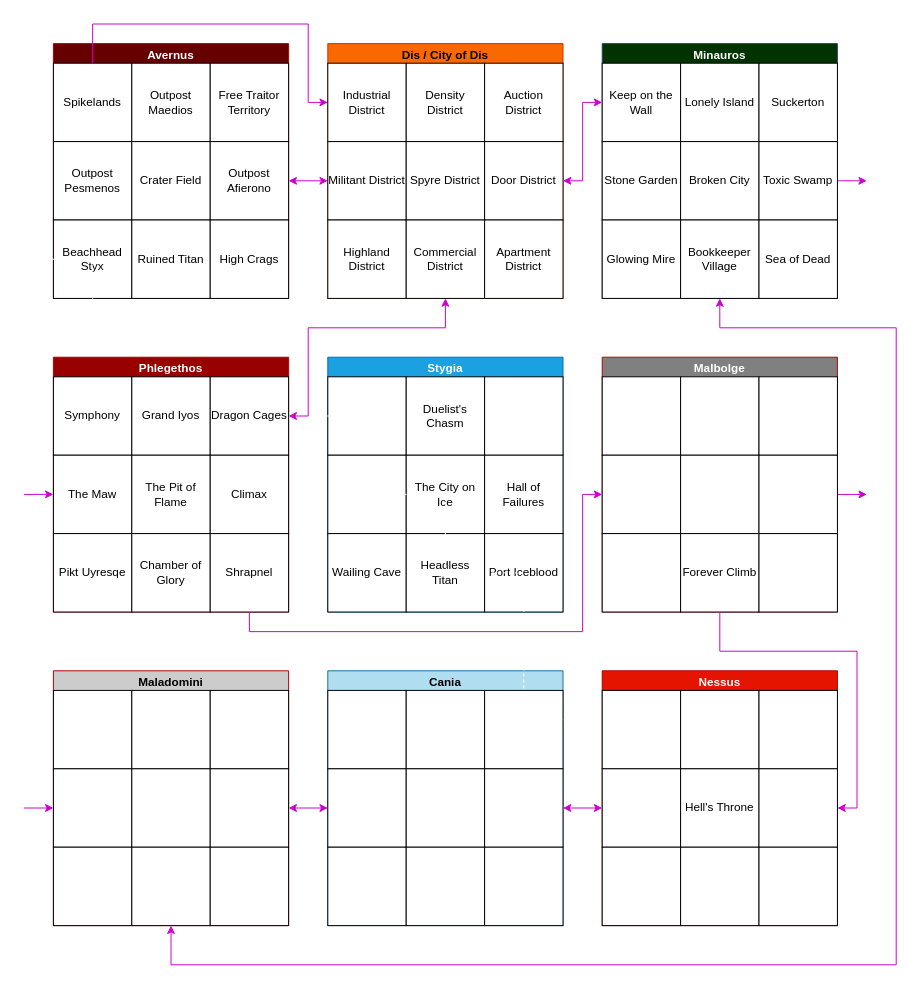
This is MEDIA/SUPP/baatorMap.drawio from craftingcity/The-Known-World, a draw.io file, before an edit. Source tidied: cells renumbered, new cells numbered last; positions are measured from the earlier drawing's top-left corner, leaving out a move shared by most shapes. Both pictures are drawn from the tidied source at 98%, with x=0, y=0 at pixel (24, 24).
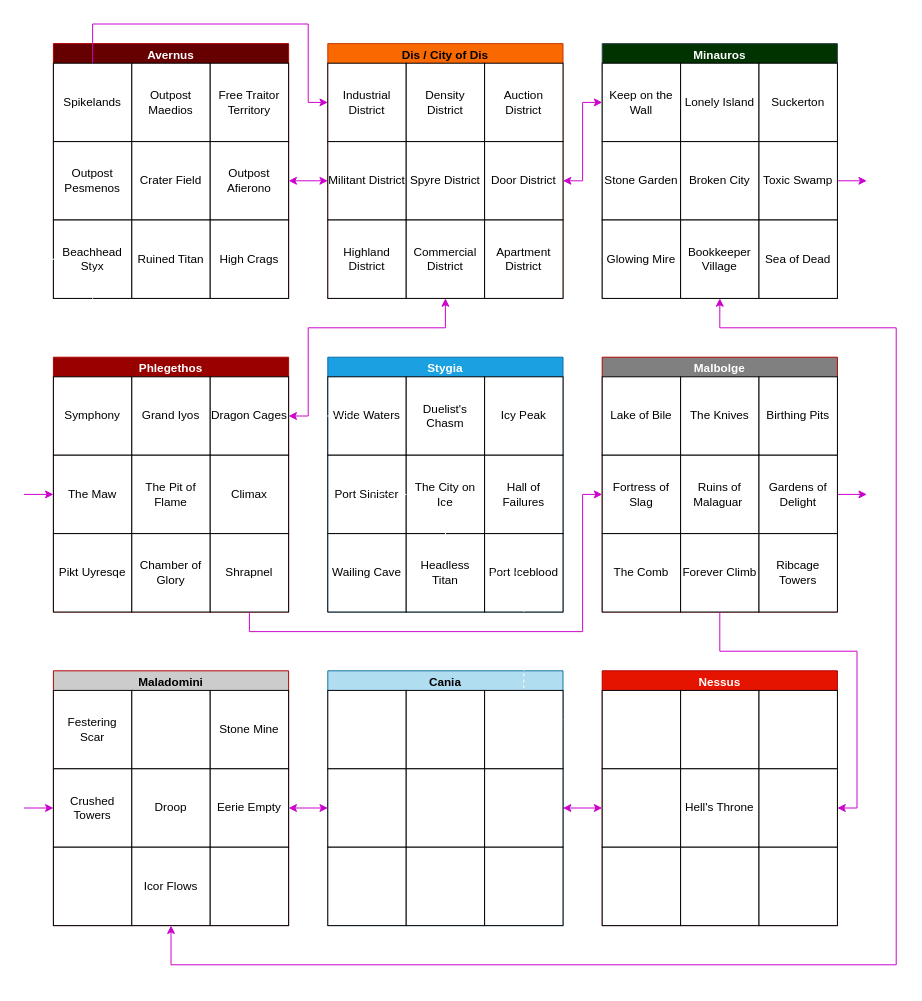
The same diagram, later.

The change refers to these unchanged cells:
```xml
<mxCell id="44" value="Stygia" style="swimlane;whiteSpace=wrap;html=1;fillColor=#1ba1e2;fontColor=#ffffff;strokeColor=#006EAF;" parent="1" vertex="1">
  <mxGeometry x="310" y="340" width="240" height="260" as="geometry" />
</mxCell>
<mxCell id="54" value="Malbolge" style="swimlane;whiteSpace=wrap;html=1;fillColor=#808080;fontColor=#ffffff;strokeColor=#B20000;" parent="1" vertex="1">
  <mxGeometry x="590" y="340" width="240" height="260" as="geometry" />
</mxCell>
<mxCell id="65" value="&lt;font style=&quot;color: rgb(0, 0, 0);&quot;&gt;Maladomini&lt;/font&gt;" style="swimlane;whiteSpace=wrap;html=1;fillColor=#CCCCCC;fontColor=#FFFFFF;strokeColor=#B20000;" parent="1" vertex="1">
  <mxGeometry x="30" y="660" width="240" height="260" as="geometry" />
</mxCell>
```

What changed in the source:
```diff
@@
-    <mxCell id="45" style="whiteSpace=wrap;html=1;" parent="44" vertex="1">
+    <mxCell id="45" value="Wide Waters" style="whiteSpace=wrap;html=1;" parent="44" vertex="1">
       <mxGeometry y="20" width="80" height="80" as="geometry" />
     </mxCell>
@@
-    <mxCell id="47" style="whiteSpace=wrap;html=1;" parent="44" vertex="1">
+    <mxCell id="47" value="Icy Peak" style="whiteSpace=wrap;html=1;" parent="44" vertex="1">
       <mxGeometry x="160" y="20" width="80" height="80" as="geometry" />
     </mxCell>
-    <mxCell id="48" style="whiteSpace=wrap;html=1;" parent="44" vertex="1">
+    <mxCell id="48" value="Port Sinister" style="whiteSpace=wrap;html=1;" parent="44" vertex="1">
       <mxGeometry y="100" width="80" height="80" as="geometry" />
     </mxCell>
@@
-    <mxCell id="55" style="whiteSpace=wrap;html=1;" parent="54" vertex="1">
+    <mxCell id="55" value="Lake of Bile" style="whiteSpace=wrap;html=1;" parent="54" vertex="1">
       <mxGeometry y="20" width="80" height="80" as="geometry" />
     </mxCell>
-    <mxCell id="56" style="whiteSpace=wrap;html=1;" parent="54" vertex="1">
+    <mxCell id="56" value="The Knives" style="whiteSpace=wrap;html=1;" parent="54" vertex="1">
       <mxGeometry x="80" y="20" width="80" height="80" as="geometry" />
     </mxCell>
-    <mxCell id="57" style="whiteSpace=wrap;html=1;" parent="54" vertex="1">
+    <mxCell id="57" value="Birthing Pits" style="whiteSpace=wrap;html=1;" parent="54" vertex="1">
       <mxGeometry x="160" y="20" width="80" height="80" as="geometry" />
     </mxCell>
-    <mxCell id="58" style="whiteSpace=wrap;html=1;" parent="54" vertex="1">
+    <mxCell id="58" value="Fortress of Slag" style="whiteSpace=wrap;html=1;" parent="54" vertex="1">
       <mxGeometry y="100" width="80" height="80" as="geometry" />
     </mxCell>
-    <mxCell id="59" style="whiteSpace=wrap;html=1;" parent="54" vertex="1">
+    <mxCell id="59" value="The Comb" style="whiteSpace=wrap;html=1;" parent="54" vertex="1">
       <mxGeometry y="180" width="80" height="80" as="geometry" />
     </mxCell>
-    <mxCell id="60" style="whiteSpace=wrap;html=1;" parent="54" vertex="1">
+    <mxCell id="60" value="Ruins of Malaguar&lt;span style=&quot;white-space: pre;&quot;&gt;&#9;&lt;/span&gt;" style="whiteSpace=wrap;html=1;" parent="54" vertex="1">
       <mxGeometry x="80" y="100" width="80" height="80" as="geometry" />
     </mxCell>
@@
-    <mxCell id="62" style="whiteSpace=wrap;html=1;" parent="54" vertex="1">
+    <mxCell id="62" value="Gardens of Delight" style="whiteSpace=wrap;html=1;" parent="54" vertex="1">
       <mxGeometry x="160" y="100" width="80" height="80" as="geometry" />
     </mxCell>
@@
-    <mxCell id="64" style="whiteSpace=wrap;html=1;" parent="54" vertex="1">
+    <mxCell id="64" value="Ribcage Towers" style="whiteSpace=wrap;html=1;" parent="54" vertex="1">
       <mxGeometry x="160" y="180" width="80" height="80" as="geometry" />
     </mxCell>
@@
-    <mxCell id="66" style="whiteSpace=wrap;html=1;" parent="65" vertex="1">
+    <mxCell id="66" value="Festering Scar" style="whiteSpace=wrap;html=1;" parent="65" vertex="1">
       <mxGeometry y="20" width="80" height="80" as="geometry" />
     </mxCell>
@@
-    <mxCell id="68" style="whiteSpace=wrap;html=1;" parent="65" vertex="1">
+    <mxCell id="68" value="Stone Mine" style="whiteSpace=wrap;html=1;" parent="65" vertex="1">
       <mxGeometry x="160" y="20" width="80" height="80" as="geometry" />
     </mxCell>
@@
-    <mxCell id="70" style="whiteSpace=wrap;html=1;" parent="65" vertex="1">
+    <mxCell id="70" value="Crushed Towers" style="whiteSpace=wrap;html=1;" parent="65" vertex="1">
       <mxGeometry y="100" width="80" height="80" as="geometry" />
     </mxCell>
@@
-    <mxCell id="72" style="whiteSpace=wrap;html=1;" parent="65" vertex="1">
+    <mxCell id="72" value="Droop" style="whiteSpace=wrap;html=1;" parent="65" vertex="1">
       <mxGeometry x="80" y="100" width="80" height="80" as="geometry" />
     </mxCell>
-    <mxCell id="73" style="whiteSpace=wrap;html=1;" parent="65" vertex="1">
+    <mxCell id="73" value="Eerie Empty" style="whiteSpace=wrap;html=1;" parent="65" vertex="1">
       <mxGeometry x="160" y="100" width="80" height="80" as="geometry" />
     </mxCell>
-    <mxCell id="74" style="whiteSpace=wrap;html=1;" parent="65" vertex="1">
+    <mxCell id="74" value="Icor Flows" style="whiteSpace=wrap;html=1;" parent="65" vertex="1">
       <mxGeometry x="80" y="180" width="80" height="80" as="geometry" />
     </mxCell>
```
